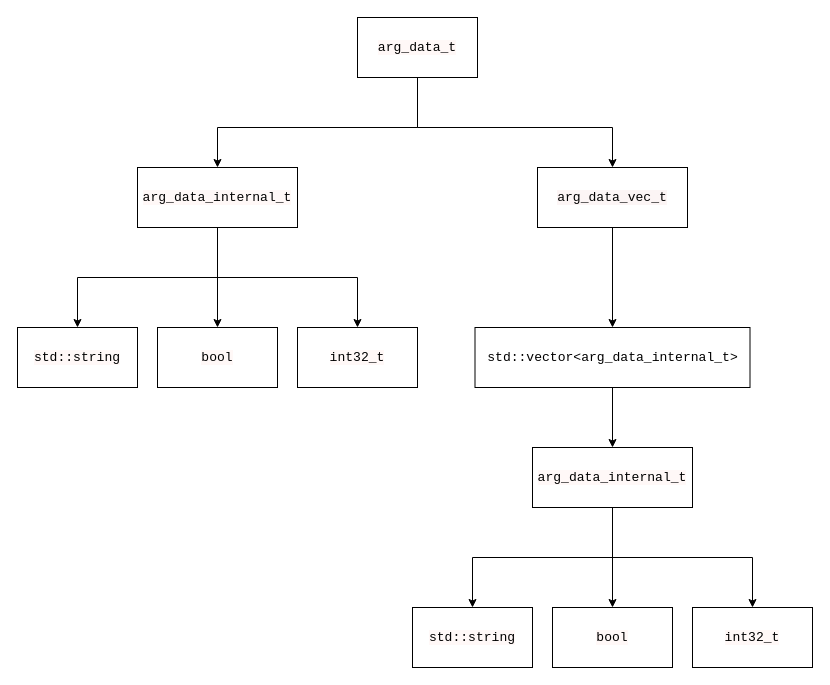
Earlier version of the draw.io diagram arg_parse_variant_map.drawio (Tri11Paragon/BLT). Source tidied: cells renumbered, new cells numbered last; positions are measured from the earlier drawing's top-left corner, leaving out a move shared by most shapes. Both pictures are drawn from the tidied source at 100%, with x=0, y=0 at pixel (17, 17).
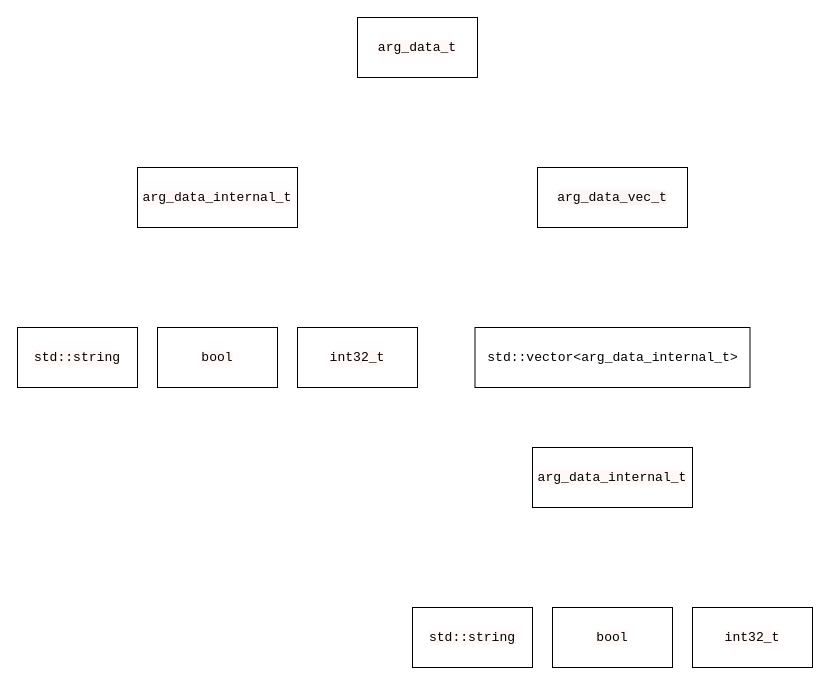
The same diagram, later.

Unchanged cells that the change refers to:
```xml
<mxCell id="4" value="&lt;div&gt;&lt;p style=&quot;font-family:'JetBrains Mono',monospace;font-size:9.8pt;&quot;&gt;&lt;span style=&quot;background-color: rgb(255, 248, 247);&quot;&gt;arg_data_t&lt;/span&gt;&lt;/p&gt;&lt;/div&gt;" style="rounded=0;whiteSpace=wrap;html=1;" parent="1" vertex="1">
  <mxGeometry x="340" width="120" height="60" as="geometry" />
</mxCell>
<mxCell id="6" value="&lt;div&gt;&lt;pre style=&quot;font-family:'JetBrains Mono',monospace;font-size:9.8pt;&quot;&gt;&lt;font style=&quot;background-color: rgb(252, 245, 245);&quot; color=&quot;#030303&quot;&gt;arg_data_vec_t&lt;/font&gt;&lt;/pre&gt;&lt;/div&gt;" style="rounded=0;whiteSpace=wrap;html=1;" parent="1" vertex="1">
  <mxGeometry x="520" y="150" width="150" height="60" as="geometry" />
</mxCell>
<mxCell id="10" value="&lt;div&gt;&lt;pre style=&quot;font-family:'JetBrains Mono',monospace;font-size:9.8pt;&quot;&gt;&lt;font style=&quot;background-color: rgb(255, 248, 247);&quot; color=&quot;#030303&quot;&gt;arg_data_internal_t&lt;/font&gt;&lt;/pre&gt;&lt;/div&gt;" style="rounded=0;whiteSpace=wrap;html=1;" parent="1" vertex="1">
  <mxGeometry x="120" y="150" width="160" height="60" as="geometry" />
</mxCell>
<mxCell id="12" value="&lt;pre style=&quot;font-family:'JetBrains Mono',monospace;font-size:9.8pt;&quot;&gt;std::vector&amp;lt;arg_data_internal_t&amp;gt;&lt;/pre&gt;" style="rounded=0;whiteSpace=wrap;html=1;" parent="1" vertex="1">
  <mxGeometry x="457.5" y="310" width="275" height="60" as="geometry" />
</mxCell>
<mxCell id="13" value="&lt;div style=&quot;background-color: rgb(30, 31, 34);&quot;&gt;&lt;pre style=&quot;font-family:'JetBrains Mono',monospace;font-size:9.8pt;&quot;&gt;&lt;span style=&quot;background-color: rgb(255, 248, 247);&quot;&gt;std::string&lt;/span&gt;&lt;/pre&gt;&lt;/div&gt;" style="rounded=0;whiteSpace=wrap;html=1;" parent="1" vertex="1">
  <mxGeometry y="310" width="120" height="60" as="geometry" />
</mxCell>
<mxCell id="14" value="&lt;div style=&quot;background-color: rgb(30, 31, 34);&quot;&gt;&lt;pre style=&quot;font-family:'JetBrains Mono',monospace;font-size:9.8pt;&quot;&gt;&lt;span style=&quot;background-color: rgb(255, 248, 247);&quot;&gt;bool&lt;/span&gt;&lt;/pre&gt;&lt;/div&gt;" style="rounded=0;whiteSpace=wrap;html=1;" parent="1" vertex="1">
  <mxGeometry x="140" y="310" width="120" height="60" as="geometry" />
</mxCell>
<mxCell id="15" value="&lt;div style=&quot;background-color: rgb(30, 31, 34);&quot;&gt;&lt;pre style=&quot;font-family:'JetBrains Mono',monospace;font-size:9.8pt;&quot;&gt;&lt;span style=&quot;background-color: rgb(255, 248, 247);&quot;&gt;int32_t&lt;/span&gt;&lt;/pre&gt;&lt;/div&gt;" style="rounded=0;whiteSpace=wrap;html=1;" parent="1" vertex="1">
  <mxGeometry x="280" y="310" width="120" height="60" as="geometry" />
</mxCell>
<mxCell id="19" value="&lt;div style=&quot;background-color: rgb(30, 31, 34);&quot;&gt;&lt;pre style=&quot;font-family:'JetBrains Mono',monospace;font-size:9.8pt;&quot;&gt;&lt;span style=&quot;background-color: rgb(255, 248, 247);&quot;&gt;arg_data_internal_t&lt;/span&gt;&lt;/pre&gt;&lt;/div&gt;" style="rounded=0;whiteSpace=wrap;html=1;" parent="1" vertex="1">
  <mxGeometry x="515" y="430" width="160" height="60" as="geometry" />
</mxCell>
<mxCell id="20" value="&lt;div style=&quot;background-color: rgb(30, 31, 34);&quot;&gt;&lt;pre style=&quot;font-family:'JetBrains Mono',monospace;font-size:9.8pt;&quot;&gt;&lt;font style=&quot;background-color: rgb(255, 248, 247);&quot;&gt;std::string&lt;/font&gt;&lt;/pre&gt;&lt;/div&gt;" style="rounded=0;whiteSpace=wrap;html=1;" parent="1" vertex="1">
  <mxGeometry x="395" y="590" width="120" height="60" as="geometry" />
</mxCell>
<mxCell id="21" value="&lt;div style=&quot;background-color:#1e1f22;color:#bcbec4&quot;&gt;&lt;pre style=&quot;font-family:'JetBrains Mono',monospace;font-size:9.8pt;&quot;&gt;&lt;font style=&quot;background-color: rgb(255, 248, 247);&quot; color=&quot;#000000&quot;&gt;bool&lt;/font&gt;&lt;/pre&gt;&lt;/div&gt;" style="rounded=0;whiteSpace=wrap;html=1;" parent="1" vertex="1">
  <mxGeometry x="535" y="590" width="120" height="60" as="geometry" />
</mxCell>
<mxCell id="22" value="&lt;div&gt;&lt;pre style=&quot;font-family:'JetBrains Mono',monospace;font-size:9.8pt;&quot;&gt;&lt;span style=&quot;background-color: rgb(255, 248, 247);&quot;&gt;int32_t&lt;/span&gt;&lt;/pre&gt;&lt;/div&gt;" style="rounded=0;whiteSpace=wrap;html=1;" parent="1" vertex="1">
  <mxGeometry x="675" y="590" width="120" height="60" as="geometry" />
</mxCell>
```

Change to the diagram source:
```diff
@@
-    <mxCell id="2" style="edgeStyle=orthogonalEdgeStyle;rounded=0;jettySize=auto;html=1;entryX=0.5;entryY=0;entryDx=0;entryDy=0;" parent="1" edge="1" source="4" target="10">
+    <mxCell id="2" style="edgeStyle=orthogonalEdgeStyle;rounded=0;jettySize=auto;html=1;entryX=0.5;entryY=0;entryDx=0;entryDy=0;" parent="1" source="4" target="10">
       <mxGeometry relative="1" as="geometry">
         <Array as="points">
           <mxPoint x="400" y="110" />
           <mxPoint x="200" y="110" />
         </Array>
       </mxGeometry>
     </mxCell>
-    <mxCell id="3" style="edgeStyle=orthogonalEdgeStyle;rounded=0;jettySize=auto;html=1;entryX=0.5;entryY=0;entryDx=0;entryDy=0;" parent="1" edge="1" source="4" target="6">
+    <mxCell id="3" style="edgeStyle=orthogonalEdgeStyle;rounded=0;jettySize=auto;html=1;entryX=0.5;entryY=0;entryDx=0;entryDy=0;" parent="1" source="4" target="6">
       <mxGeometry relative="1" as="geometry">
         <Array as="points">
           <mxPoint x="400" y="110" />
           <mxPoint x="595" y="110" />
         </Array>
       </mxGeometry>
     </mxCell>
@@
-    <mxCell id="5" style="edgeStyle=orthogonalEdgeStyle;rounded=0;jettySize=auto;html=1;entryX=0.5;entryY=0;entryDx=0;entryDy=0;" parent="1" edge="1" source="6" target="12">
+    <mxCell id="5" style="edgeStyle=orthogonalEdgeStyle;rounded=0;jettySize=auto;html=1;entryX=0.5;entryY=0;entryDx=0;entryDy=0;" parent="1" source="6" target="12">
       <mxGeometry relative="1" as="geometry" />
     </mxCell>
@@
-    <mxCell id="7" style="edgeStyle=orthogonalEdgeStyle;rounded=0;jettySize=auto;html=1;entryX=0.5;entryY=0;entryDx=0;entryDy=0;" parent="1" edge="1" source="10" target="13">
+    <mxCell id="7" style="edgeStyle=orthogonalEdgeStyle;rounded=0;jettySize=auto;html=1;entryX=0.5;entryY=0;entryDx=0;entryDy=0;" parent="1" source="10" target="13">
       <mxGeometry relative="1" as="geometry" />
     </mxCell>
-    <mxCell id="8" style="edgeStyle=orthogonalEdgeStyle;rounded=0;jettySize=auto;html=1;entryX=0.5;entryY=0;entryDx=0;entryDy=0;" parent="1" edge="1" source="10" target="14">
+    <mxCell id="8" style="edgeStyle=orthogonalEdgeStyle;rounded=0;jettySize=auto;html=1;entryX=0.5;entryY=0;entryDx=0;entryDy=0;" parent="1" source="10" target="14">
       <mxGeometry relative="1" as="geometry" />
     </mxCell>
-    <mxCell id="9" style="edgeStyle=orthogonalEdgeStyle;rounded=0;jettySize=auto;html=1;" parent="1" edge="1" source="10" target="15">
+    <mxCell id="9" style="edgeStyle=orthogonalEdgeStyle;rounded=0;jettySize=auto;html=1;" parent="1" source="10" target="15">
       <mxGeometry relative="1" as="geometry" />
     </mxCell>
@@
-    <mxCell id="11" style="edgeStyle=orthogonalEdgeStyle;rounded=0;jettySize=auto;html=1;entryX=0.5;entryY=0;entryDx=0;entryDy=0;" parent="1" edge="1" source="12" target="19">
+    <mxCell id="11" style="edgeStyle=orthogonalEdgeStyle;rounded=0;jettySize=auto;html=1;entryX=0.5;entryY=0;entryDx=0;entryDy=0;" parent="1" source="12" target="19">
       <mxGeometry relative="1" as="geometry" />
     </mxCell>
@@
-    <mxCell id="16" style="edgeStyle=orthogonalEdgeStyle;rounded=0;jettySize=auto;html=1;entryX=0.5;entryY=0;entryDx=0;entryDy=0;" parent="1" edge="1" source="19" target="20">
+    <mxCell id="16" style="edgeStyle=orthogonalEdgeStyle;rounded=0;jettySize=auto;html=1;entryX=0.5;entryY=0;entryDx=0;entryDy=0;" parent="1" source="19" target="20">
       <mxGeometry relative="1" as="geometry" />
     </mxCell>
-    <mxCell id="17" style="edgeStyle=orthogonalEdgeStyle;rounded=0;jettySize=auto;html=1;entryX=0.5;entryY=0;entryDx=0;entryDy=0;" parent="1" edge="1" source="19" target="21">
+    <mxCell id="17" style="edgeStyle=orthogonalEdgeStyle;rounded=0;jettySize=auto;html=1;entryX=0.5;entryY=0;entryDx=0;entryDy=0;" parent="1" source="19" target="21">
       <mxGeometry relative="1" as="geometry" />
     </mxCell>
-    <mxCell id="18" style="edgeStyle=orthogonalEdgeStyle;rounded=0;jettySize=auto;html=1;" parent="1" edge="1" source="19" target="22">
+    <mxCell id="18" style="edgeStyle=orthogonalEdgeStyle;rounded=0;jettySize=auto;html=1;" parent="1" source="19" target="22">
       <mxGeometry relative="1" as="geometry" />
     </mxCell>
```
